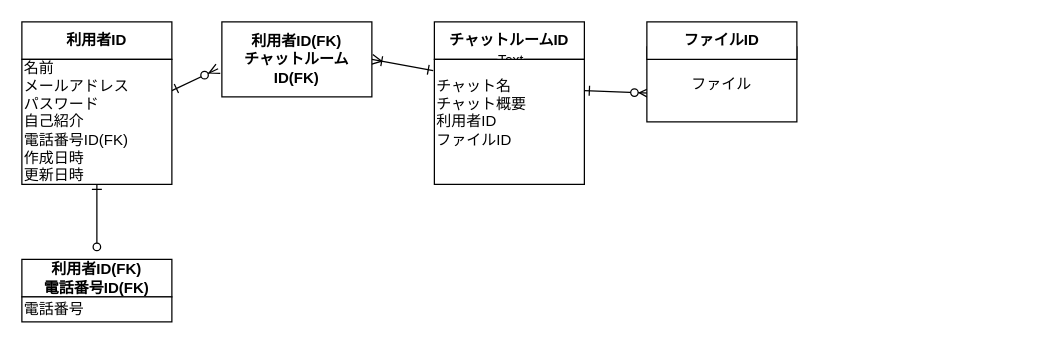
This is db/db-challenge1/db-challenge1.drawio from labotinc/quelcode-db, a draw.io file, before an edit. Source tidied: cells renumbered, new cells numbered last; positions are measured from the earlier drawing's top-left corner, leaving out a move shared by most shapes. Both pictures are drawn from the tidied source at 125%, with x=0, y=0 at pixel (21, 21).
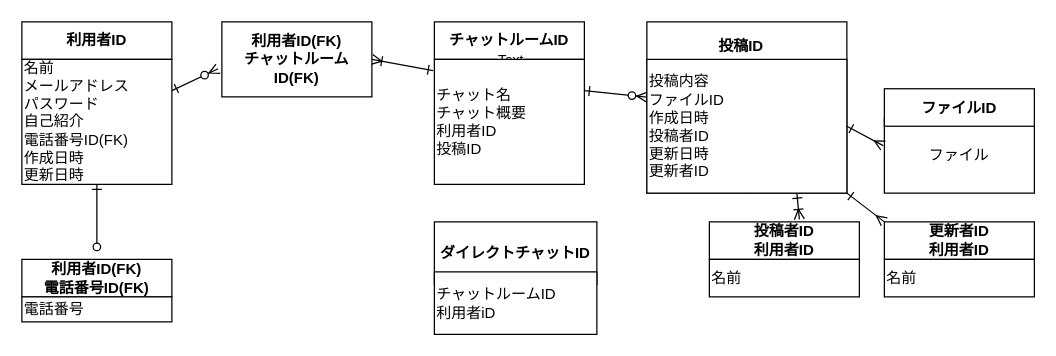
The same diagram, later.

Commit message:
チャットルーム作成

What changed in the source:
```diff
@@
-    <mxCell id="16" style="edgeStyle=none;rounded=0;jettySize=auto;html=1;exitX=1;exitY=0.25;exitDx=0;exitDy=0;entryX=0.017;entryY=0.617;entryDx=0;entryDy=0;entryPerimeter=0;startArrow=ERone;startFill=0;endArrow=ERzeroToMany;endFill=1;strokeWidth=1;" parent="1" edge="1" source="17" target="18">
+    <mxCell id="16" style="edgeStyle=none;rounded=0;jettySize=auto;html=1;exitX=1;exitY=0.25;exitDx=0;exitDy=0;startArrow=ERone;startFill=0;endArrow=ERzeroToMany;endFill=1;strokeWidth=1;" parent="1" edge="1" source="17" target="22">
       <mxGeometry relative="1" as="geometry" />
     </mxCell>
-    <mxCell id="17" value="チャット名&lt;br&gt;&lt;div&gt;チャット概要&lt;/div&gt;&lt;div&gt;利用者ID&lt;/div&gt;&lt;div&gt;ファイルID&lt;/div&gt;&lt;div&gt;&lt;br&gt;&lt;/div&gt;" style="rounded=0;whiteSpace=wrap;html=1;align=left;" parent="1" vertex="1">
+    <mxCell id="17" value="チャット名&lt;br&gt;&lt;div&gt;チャット概要&lt;/div&gt;&lt;div&gt;利用者ID&lt;/div&gt;&lt;div&gt;投稿ID&lt;/div&gt;" style="rounded=0;whiteSpace=wrap;html=1;align=left;" parent="1" vertex="1">
       <mxGeometry x="330" y="30" width="120" height="100" as="geometry" />
     </mxCell>
     <mxCell id="18" value="ファイル" style="rounded=0;whiteSpace=wrap;html=1;" parent="1" vertex="1">
-      <mxGeometry x="500" y="20" width="120" height="60" as="geometry" />
+      <mxGeometry x="690" y="77" width="120" height="60" as="geometry" />
     </mxCell>
     <mxCell id="19" value="&lt;b&gt;ファイルID&lt;/b&gt;" style="rounded=0;whiteSpace=wrap;html=1;" parent="1" vertex="1">
-      <mxGeometry x="500" width="120" height="30" as="geometry" />
+      <mxGeometry x="690" y="53.5" width="120" height="30" as="geometry" />
     </mxCell>
+    <mxCell id="20" value="&lt;b&gt;ダイレクトチャットID&lt;/b&gt;" style="rounded=0;whiteSpace=wrap;html=1;" parent="1" vertex="1">
+      <mxGeometry x="330" y="160" width="130" height="50" as="geometry" />
+    </mxCell>
+    <mxCell id="21" value="チャットルームID&lt;br&gt;&lt;div&gt;&lt;span&gt;利用者iD&lt;/span&gt;&lt;/div&gt;" style="rounded=0;whiteSpace=wrap;html=1;align=left;" parent="1" vertex="1">
+      <mxGeometry x="330" y="200" width="130" height="50" as="geometry" />
+    </mxCell>
+    <mxCell id="22" style="rounded=0;whiteSpace=wrap;html=1;" parent="1" vertex="1">
+      <mxGeometry x="500" width="160" height="137" as="geometry" />
+    </mxCell>
+    <mxCell id="23" value="&lt;b&gt;投稿ID&lt;br&gt;&lt;/b&gt;" style="text;html=1;align=center;verticalAlign=middle;points=[];" parent="22" vertex="1">
+      <mxGeometry x="50" y="10" width="50" height="20" as="geometry" />
+    </mxCell>
+    <mxCell id="24" style="edgeStyle=none;rounded=0;jettySize=auto;html=1;exitX=0.5;exitY=1;exitDx=0;exitDy=0;startArrow=ERone;startFill=0;endArrow=ERzeroToMany;endFill=1;strokeColor=#000000;strokeWidth=1;" parent="22" edge="1" source="22" target="23">
+      <mxGeometry relative="1" as="geometry" />
+    </mxCell>
+    <mxCell id="25" value="投稿内容&lt;br&gt;ファイルID&lt;br&gt;作成日時&lt;br&gt;投稿者ID&lt;br&gt;更新日時&lt;br&gt;更新者ID" style="rounded=0;whiteSpace=wrap;html=1;align=left;" parent="22" vertex="1">
+      <mxGeometry y="30" width="160" height="107" as="geometry" />
+    </mxCell>
+    <mxCell id="26" style="rounded=0;jettySize=auto;html=1;exitX=1;exitY=0.5;exitDx=0;exitDy=0;entryX=-0.008;entryY=0.366;entryDx=0;entryDy=0;entryPerimeter=0;startArrow=ERone;startFill=0;endArrow=ERmany;endFill=0;strokeWidth=1;" parent="1" edge="1" source="25" target="18">
+      <mxGeometry relative="1" as="geometry" />
+    </mxCell>
+    <mxCell id="27" value="&lt;b&gt;更新者ID&lt;br&gt;利用者ID&lt;/b&gt;" style="rounded=0;whiteSpace=wrap;html=1;" parent="1" vertex="1">
+      <mxGeometry x="690" y="160" width="120" height="30" as="geometry" />
+    </mxCell>
+    <mxCell id="28" value="&lt;span&gt;名前&lt;/span&gt;" style="rounded=0;whiteSpace=wrap;html=1;align=left;" parent="1" vertex="1">
+      <mxGeometry x="690" y="190" width="120" height="30" as="geometry" />
+    </mxCell>
+    <mxCell id="29" value="&lt;b&gt;投稿者ID&lt;br&gt;利用者ID&lt;br&gt;&lt;/b&gt;" style="rounded=0;whiteSpace=wrap;html=1;" parent="1" vertex="1">
+      <mxGeometry x="550" y="160" width="120" height="30" as="geometry" />
+    </mxCell>
+    <mxCell id="30" value="名前" style="rounded=0;whiteSpace=wrap;html=1;align=left;" parent="1" vertex="1">
+      <mxGeometry x="550" y="190" width="120" height="30" as="geometry" />
+    </mxCell>
+    <mxCell id="31" style="edgeStyle=none;rounded=0;jettySize=auto;html=1;exitX=0.75;exitY=1;exitDx=0;exitDy=0;entryX=0.6;entryY=-0.067;entryDx=0;entryDy=0;entryPerimeter=0;startArrow=ERone;startFill=0;endArrow=ERoneToMany;endFill=0;strokeWidth=1;" parent="1" edge="1" source="25" target="29">
+      <mxGeometry relative="1" as="geometry" />
+    </mxCell>
+    <mxCell id="32" style="rounded=0;jettySize=auto;html=1;exitX=1;exitY=1;exitDx=0;exitDy=0;entryX=0;entryY=0;entryDx=0;entryDy=0;startArrow=ERone;startFill=0;endArrow=ERmany;endFill=0;strokeWidth=1;" parent="1" edge="1" source="25" target="27">
+      <mxGeometry relative="1" as="geometry" />
+    </mxCell>
```
